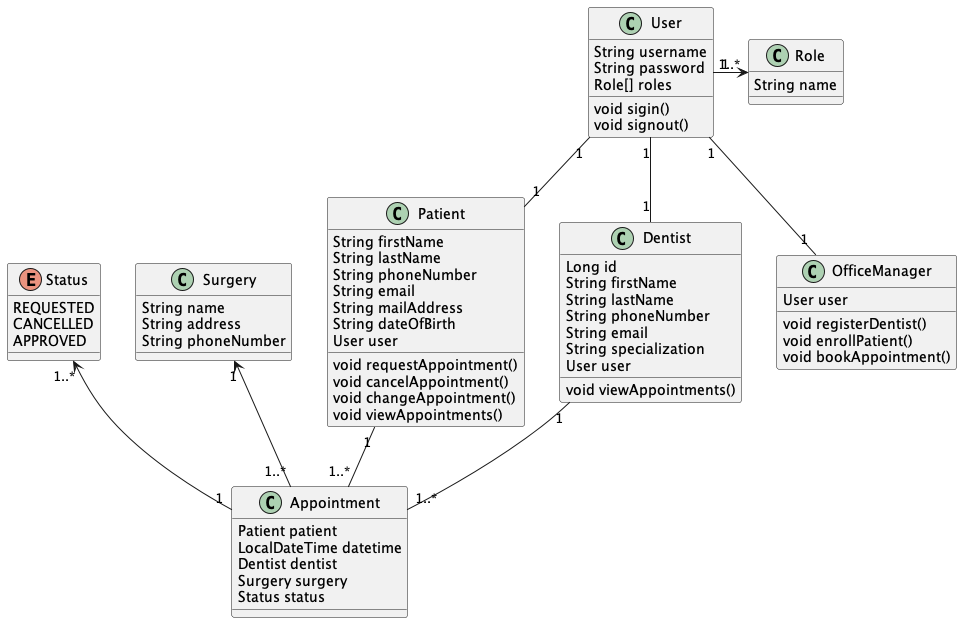
Earlier version of the PlantUML export docs/out/classDiagram/ASD Class Diagram.png (btsogtbaatar/cs489-lab3).
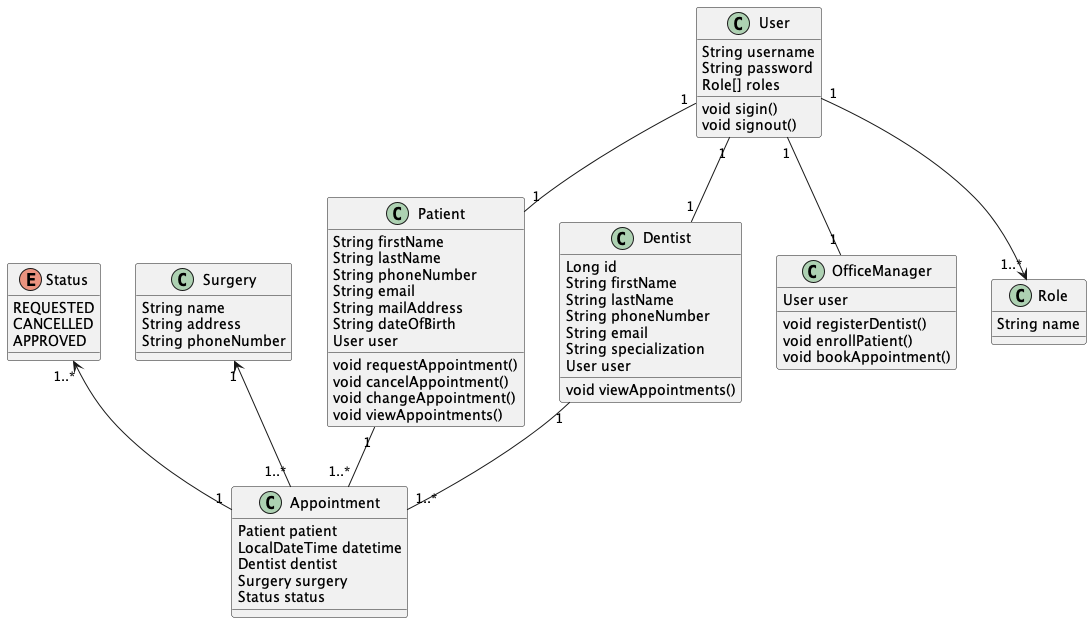
The same diagram one commit later.

The edit, as a diff of the source:
```diff
@@ -76,5 +76,5 @@
 Appointment "1..*" -u-> "1" Surgery
 Appointment "1" -u-> "1..*" Status
 
-User "1" -> "1..*" Role
+User "1" -d-> "1..*" Role
 @enduml
```
